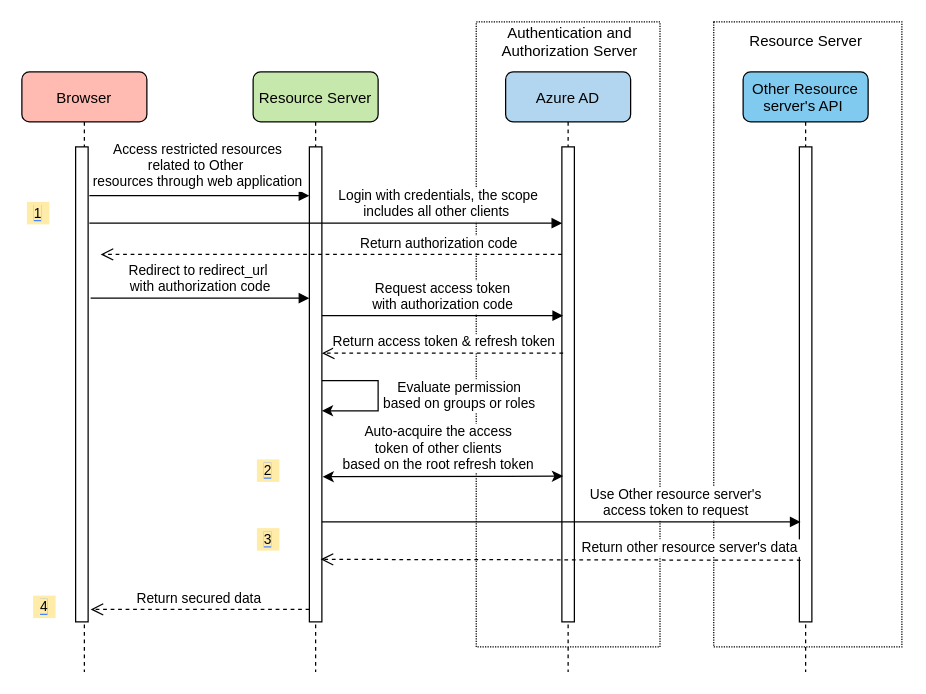
Above: sdk/spring/azure-spring-boot-starter-active-directory/resource/source-file/add-based-web-application-access-resources.drawio in Azure/azure-sdk-for-java (draw.io), before the change. Source tidied: cells renumbered, new cells numbered last; positions are measured from the earlier drawing's top-left corner, leaving out a move shared by most shapes. Both pictures are drawn from the tidied source at 125%, with x=0, y=0 at pixel (21, 21).
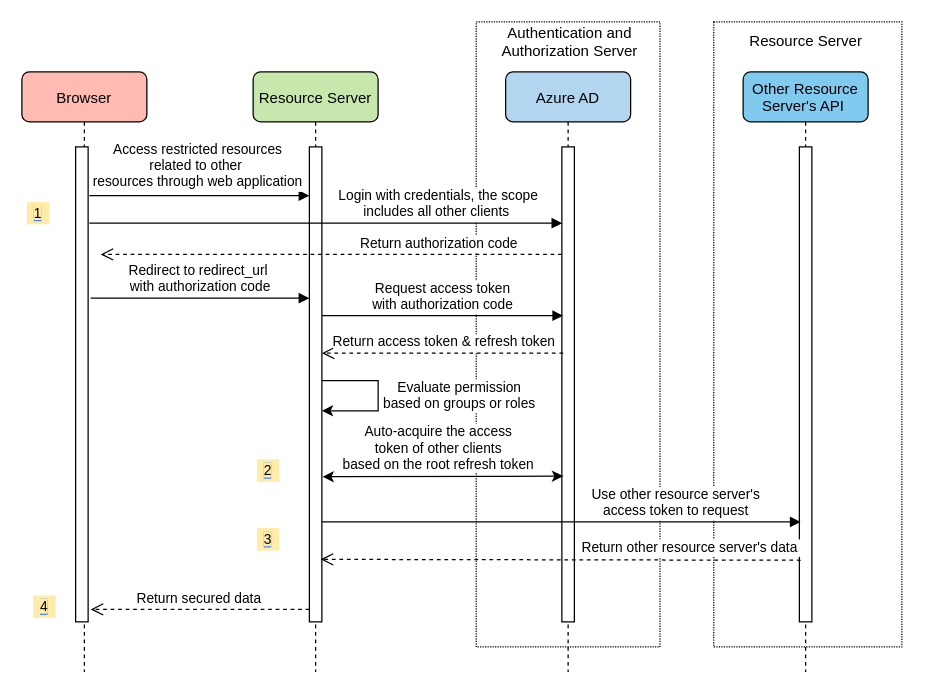
After the change.

What changed in the source:
```diff
@@
-    <mxCell id="9" value="Access restricted resources &#10;related to Other &#10;resources through web application" style="verticalAlign=bottom;endArrow=block;shadow=0;strokeWidth=1;fontSize=11;spacingTop=-1;spacing=4;spacingRight=2;" parent="1" edge="1">
+    <mxCell id="9" value="Access restricted resources &#10;related to other &#10;resources through web application" style="verticalAlign=bottom;endArrow=block;shadow=0;strokeWidth=1;fontSize=11;spacingTop=-1;spacing=4;spacingRight=2;" parent="1" edge="1">
       <mxGeometry relative="1" as="geometry">
         <mxPoint x="54" y="139" as="sourcePoint" />
         <mxPoint x="230" y="139" as="targetPoint" />
       </mxGeometry>
     </mxCell>
@@
-    <mxCell id="12" value="Other Resource&#10;server's API " style="shape=umlLifeline;perimeter=lifelinePerimeter;rounded=1;shadow=0;strokeWidth=1;fillColor=#81CAEF;" parent="1" vertex="1">
+    <mxCell id="12" value="Other Resource&#10;Server's API " style="shape=umlLifeline;perimeter=lifelinePerimeter;rounded=1;shadow=0;strokeWidth=1;fillColor=#81CAEF;" parent="1" vertex="1">
       <mxGeometry x="577" y="40" width="100" height="480" as="geometry" />
     </mxCell>
@@
-    <mxCell id="16" value="Use Other resource server's &#10;access token to request" style="verticalAlign=bottom;endArrow=block;shadow=0;strokeWidth=1;entryX=0.005;entryY=0.784;entryDx=0;entryDy=0;entryPerimeter=0;fontSize=11;spacingLeft=19;spacingBottom=0;spacingRight=18;" parent="1" edge="1">
+    <mxCell id="16" value="Use other resource server's &#10;access token to request" style="verticalAlign=bottom;endArrow=block;shadow=0;strokeWidth=1;entryX=0.005;entryY=0.784;entryDx=0;entryDy=0;entryPerimeter=0;fontSize=11;spacingLeft=19;spacingBottom=0;spacingRight=18;" parent="1" edge="1">
       <mxGeometry x="0.48" relative="1" as="geometry">
         <mxPoint x="240" y="400" as="sourcePoint" />
         <mxPoint x="623" y="400" as="targetPoint" />
       </mxGeometry>
     </mxCell>
```
